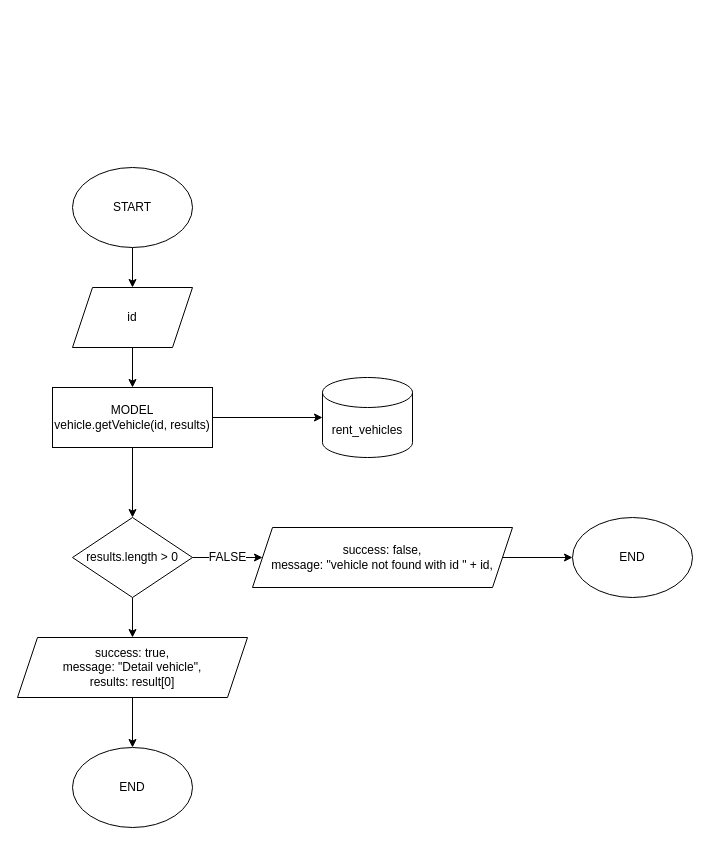
rintosaputro/fw5-backend-beginner keeps this draw.io diagram as page "vehicles by id" (3 of 6) of flowchart&ERD/vehicles.drawio. Above is the earlier version. Source tidied: cells renumbered, new cells numbered last; positions are measured from the earlier drawing's top-left corner, leaving out a move shared by most shapes. Both pictures are drawn from the tidied source at 100%, with x=0, y=0 at pixel (17, 167).
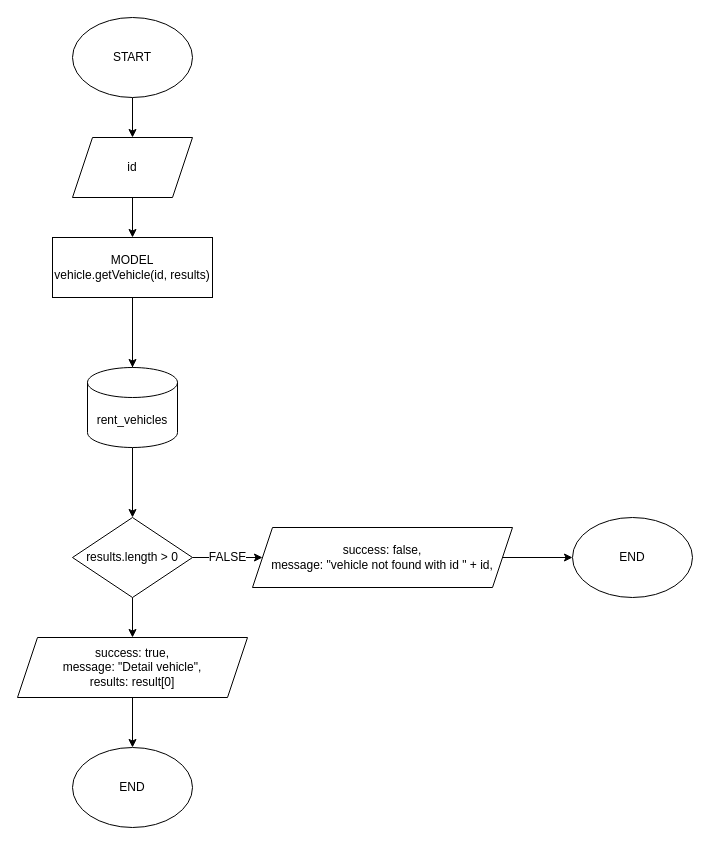
After the change.

Change to the diagram source:
```diff
@@
 <mxGraphModel>
   <root>
     <mxCell id="0" />
     <mxCell id="1" parent="0" />
     <mxCell id="2" style="edgeStyle=orthogonalEdgeStyle;rounded=0;jettySize=auto;html=1;fontSize=12;" parent="1" edge="1" source="3" target="5">
       <mxGeometry relative="1" as="geometry" />
     </mxCell>
     <mxCell id="3" value="START" style="ellipse;whiteSpace=wrap;html=1;fontSize=12;" parent="1" vertex="1">
-      <mxGeometry x="55" width="120" height="80" as="geometry" />
+      <mxGeometry x="55" y="-150" width="120" height="80" as="geometry" />
     </mxCell>
     <mxCell id="4" style="edgeStyle=orthogonalEdgeStyle;rounded=0;jettySize=auto;html=1;fontSize=12;" parent="1" edge="1" source="5" target="8">
       <mxGeometry relative="1" as="geometry" />
     </mxCell>
     <mxCell id="5" value="id" style="shape=parallelogram;perimeter=parallelogramPerimeter;whiteSpace=wrap;html=1;fixedSize=1;fontSize=12;" parent="1" vertex="1">
-      <mxGeometry x="55" y="120" width="120" height="60" as="geometry" />
+      <mxGeometry x="55" y="-30" width="120" height="60" as="geometry" />
     </mxCell>
     <mxCell id="6" style="edgeStyle=orthogonalEdgeStyle;rounded=0;jettySize=auto;html=1;fontSize=12;" parent="1" edge="1" source="8" target="9">
       <mxGeometry relative="1" as="geometry" />
     </mxCell>
-    <mxCell id="7" style="edgeStyle=orthogonalEdgeStyle;rounded=0;jettySize=auto;html=1;fontSize=12;" parent="1" edge="1" source="8" target="12">
+    <mxCell id="7" style="edgeStyle=orthogonalEdgeStyle;rounded=0;jettySize=auto;html=1;fontSize=12;startArrow=none;" parent="1" edge="1" source="9" target="12">
       <mxGeometry relative="1" as="geometry" />
     </mxCell>
     <mxCell id="8" value="MODEL&lt;br&gt;vehicle.getVehicle(id, results)" style="rounded=0;whiteSpace=wrap;html=1;fontSize=12;" parent="1" vertex="1">
-      <mxGeometry x="35" y="220" width="160" height="60" as="geometry" />
+      <mxGeometry x="35" y="70" width="160" height="60" as="geometry" />
     </mxCell>
-    <mxCell id="9" value="rent_vehicles" style="shape=cylinder3;whiteSpace=wrap;html=1;boundedLbl=1;backgroundOutline=1;size=15;fontSize=12;" parent="1" vertex="1">
-      <mxGeometry x="305" y="210" width="90" height="80" as="geometry" />
-    </mxCell>
     <mxCell id="10" value="FALSE" style="edgeStyle=orthogonalEdgeStyle;rounded=0;jettySize=auto;html=1;fontSize=12;" parent="1" edge="1" source="12" target="14">
       <mxGeometry relative="1" as="geometry" />
     </mxCell>
     <mxCell id="11" style="edgeStyle=orthogonalEdgeStyle;rounded=0;jettySize=auto;html=1;fontSize=12;" parent="1" edge="1" source="12" target="17">
       <mxGeometry relative="1" as="geometry" />
     </mxCell>
     <mxCell id="12" value="results.length &amp;gt; 0" style="rhombus;whiteSpace=wrap;html=1;fontSize=12;" parent="1" vertex="1">
       <mxGeometry x="55" y="350" width="120" height="80" as="geometry" />
     </mxCell>
     <mxCell id="13" style="edgeStyle=orthogonalEdgeStyle;rounded=0;jettySize=auto;html=1;fontSize=12;" parent="1" edge="1" source="14" target="15">
       <mxGeometry relative="1" as="geometry" />
     </mxCell>
     <mxCell id="14" value="success: false,&lt;br&gt;message: &quot;vehicle not found with id &quot; + id," style="shape=parallelogram;perimeter=parallelogramPerimeter;whiteSpace=wrap;html=1;fixedSize=1;fontSize=12;" parent="1" vertex="1">
       <mxGeometry x="235" y="360" width="260" height="60" as="geometry" />
     </mxCell>
     <mxCell id="15" value="END" style="ellipse;whiteSpace=wrap;html=1;fontSize=12;" parent="1" vertex="1">
       <mxGeometry x="555" y="350" width="120" height="80" as="geometry" />
     </mxCell>
     <mxCell id="16" style="edgeStyle=orthogonalEdgeStyle;rounded=0;jettySize=auto;html=1;fontSize=12;" parent="1" edge="1" source="17" target="18">
       <mxGeometry relative="1" as="geometry" />
     </mxCell>
     <mxCell id="17" value="success: true,&lt;br&gt;message: &quot;Detail vehicle&quot;,&lt;br&gt;results: result[0]" style="shape=parallelogram;perimeter=parallelogramPerimeter;whiteSpace=wrap;html=1;fixedSize=1;fontSize=12;" parent="1" vertex="1">
       <mxGeometry y="470" width="230" height="60" as="geometry" />
     </mxCell>
     <mxCell id="18" value="END" style="ellipse;whiteSpace=wrap;html=1;fontSize=12;" parent="1" vertex="1">
       <mxGeometry x="55" y="580" width="120" height="80" as="geometry" />
     </mxCell>
+    <mxCell id="9" value="rent_vehicles" style="shape=cylinder3;whiteSpace=wrap;html=1;boundedLbl=1;backgroundOutline=1;size=15;fontSize=12;" parent="1" vertex="1">
+      <mxGeometry x="70" y="200" width="90" height="80" as="geometry" />
+    </mxCell>
+    <mxCell id="19" style="edgeStyle=orthogonalEdgeStyle;rounded=0;jettySize=auto;html=1;fontSize=12;endArrow=none;" parent="1" edge="1" source="8" target="9">
+      <mxGeometry relative="1" as="geometry" />
+    </mxCell>
   </root>
 </mxGraphModel>
```
